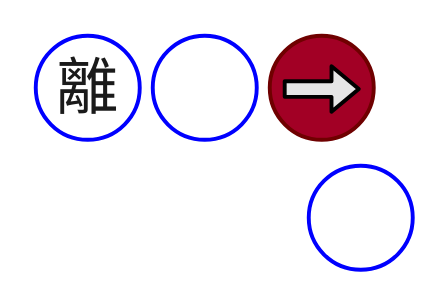
This is StreetFighter6/images/m_r6_.drawio from yamasdais/notebook, a draw.io file, before an edit. Source tidied: cells renumbered, new cells numbered last; positions are measured from the earlier drawing's top-left corner, leaving out a move shared by most shapes. Both pictures are drawn from the tidied source at 130%, with x=0, y=0 at pixel (35, 35).
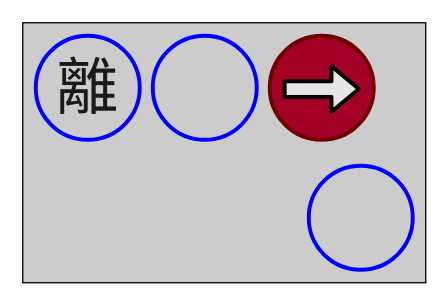
The same page after the edit.

What changed in the source:
```diff
@@
 <mxGraphModel>
   <root>
     <mxCell id="0" />
     <mxCell id="1" parent="0" />
+    <mxCell id="10" style="rounded=0;whiteSpace=wrap;html=1;fillColor=#CCCCCC;" parent="1" vertex="1">
+      <mxGeometry x="-10" y="-10" width="310" height="200" as="geometry" />
+    </mxCell>
     <mxCell id="2" style="group;rotation=-180;" parent="1" vertex="1">
       <mxGeometry x="180" width="80" height="80" as="geometry" />
     </mxCell>
     <mxCell id="3" style="ellipse;whiteSpace=wrap;html=1;strokeWidth=3;fillColor=#a20025;fontColor=#ffffff;strokeColor=#6F0000;rotation=-180;" parent="2" vertex="1">
       <mxGeometry width="80" height="80" as="geometry" />
     </mxCell>
     <mxCell id="4" style="shape=flexArrow;endArrow=classic;html=1;strokeWidth=3;strokeColor=default;fillColor=#E6E6E6;" parent="2" edge="1">
       <mxGeometry relative="1" as="geometry">
         <mxPoint x="10" y="41" as="sourcePoint" />
         <mxPoint x="70" y="41" as="targetPoint" />
       </mxGeometry>
     </mxCell>
     <mxCell id="5" style="ellipse;whiteSpace=wrap;html=1;strokeWidth=3;fillColor=none;strokeColor=#0000FF;" parent="1" vertex="1">
       <mxGeometry x="90" width="80" height="80" as="geometry" />
     </mxCell>
     <mxCell id="6" style="ellipse;whiteSpace=wrap;html=1;strokeWidth=3;fillColor=none;strokeColor=#0000FF;" parent="1" vertex="1">
       <mxGeometry x="210" y="100" width="80" height="80" as="geometry" />
     </mxCell>
     <mxCell id="7" style="group;fillColor=none;" parent="1" vertex="1">
       <mxGeometry width="80" height="80" as="geometry" />
     </mxCell>
     <mxCell id="8" style="ellipse;whiteSpace=wrap;html=1;strokeWidth=3;fillColor=none;strokeColor=#0000FF;" parent="7" vertex="1">
       <mxGeometry width="80" height="80" as="geometry" />
     </mxCell>
     <mxCell id="9" value="&lt;font face=&quot;Verdana&quot; style=&quot;font-size: 48px;&quot;&gt;離&lt;br style=&quot;font-size: 48px;&quot;&gt;&lt;/font&gt;" style="text;strokeColor=none;align=center;fillColor=none;html=1;verticalAlign=middle;whiteSpace=wrap;rounded=0;fontSize=48;labelBorderColor=none;fontColor=#1A1A1A;labelBackgroundColor=none;" parent="7" vertex="1">
       <mxGeometry y="15" width="80" height="50" as="geometry" />
     </mxCell>
   </root>
 </mxGraphModel>
```
